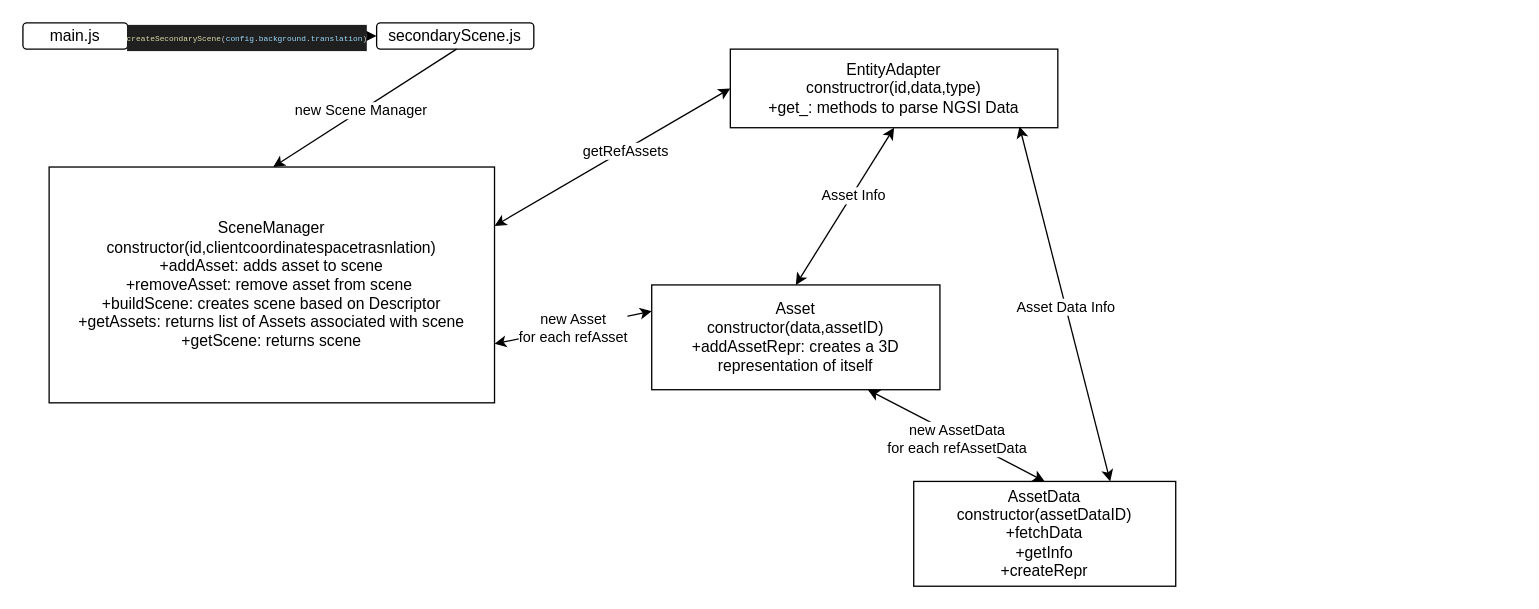
Before: docs/viewer.drawio in Skorpinakos/NGSI-Scene-Description-Compliant-Viewer, a draw.io diagram. Source tidied: cells renumbered, new cells numbered last; positions are measured from the earlier drawing's top-left corner, leaving out a move shared by most shapes. Both pictures are drawn from the tidied source at 131%, with x=0, y=0 at pixel (22, 22).
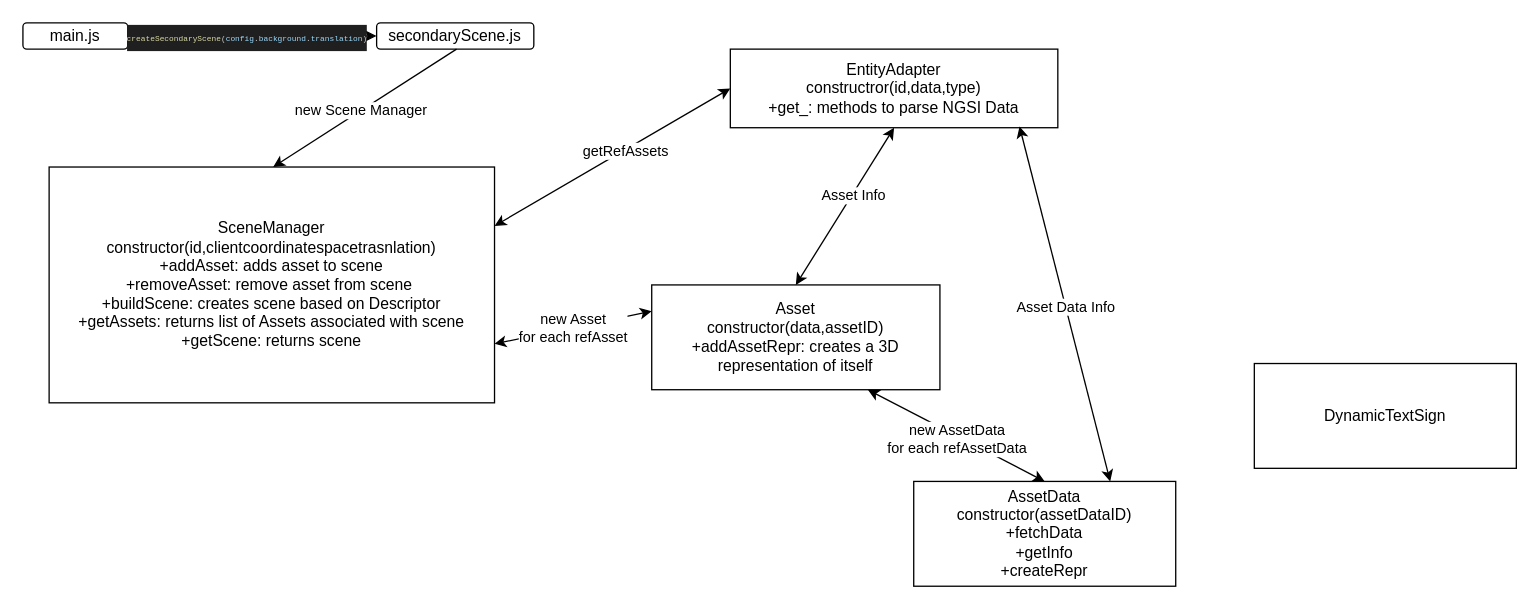
The same diagram, later.

Commit message:
documentation of viewer as of today *working*

What changed in the source:
```diff
@@
+    <mxCell id="22" value="DynamicTextSign" style="rounded=0;whiteSpace=wrap;html=1;" parent="1" vertex="1">
+      <mxGeometry x="940" y="260" width="200" height="80" as="geometry" />
+    </mxCell>
```
